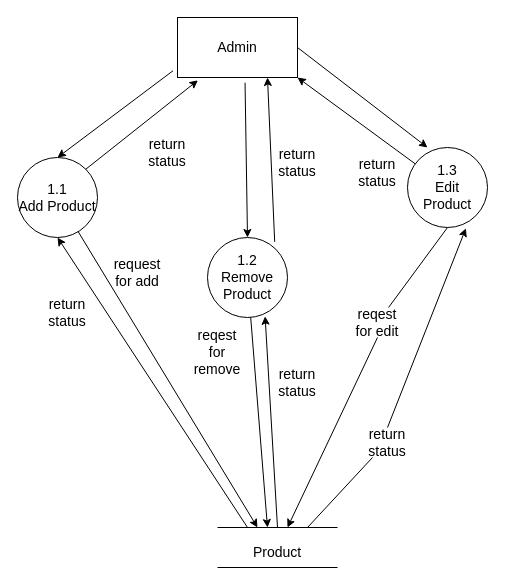
The draw.io diagram page "dfd guest" (4 of 5) of charts/dfd.drawio in AKrunal/document, before the edit. Source tidied: cells renumbered, new cells numbered last; positions are measured from the earlier drawing's top-left corner, leaving out a move shared by most shapes. Both pictures are drawn from the tidied source at 100%, with x=0, y=0 at pixel (17, 17).
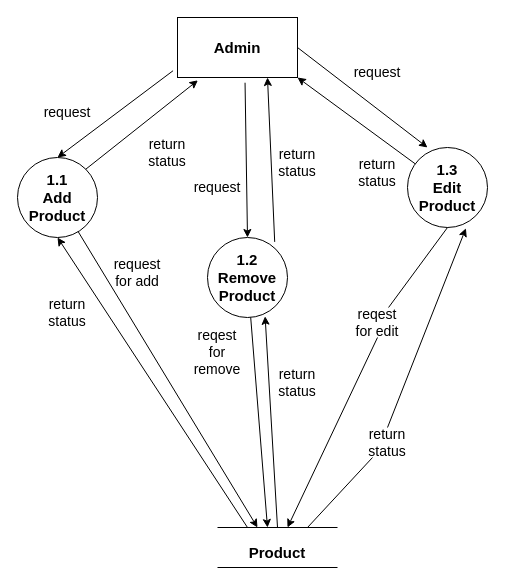
Above is the later version.

What changed in the source:
```diff
@@
-    <mxCell id="2" value="Admin" style="rounded=0;whiteSpace=wrap;html=1;fontSize=14;" parent="1" vertex="1">
+    <mxCell id="2" value="Admin" style="rounded=0;whiteSpace=wrap;html=1;fontSize=15;fontStyle=1;" parent="1" vertex="1">
       <mxGeometry x="160" width="120" height="60" as="geometry" />
     </mxCell>
-    <mxCell id="3" value="1.1&lt;br&gt;Add Product" style="ellipse;whiteSpace=wrap;html=1;fontSize=14;" parent="1" vertex="1">
+    <mxCell id="3" value="1.1&lt;br style=&quot;font-size: 15px;&quot;&gt;Add Product" style="ellipse;whiteSpace=wrap;html=1;fontSize=15;fontStyle=1;" parent="1" vertex="1">
       <mxGeometry y="140" width="80" height="80" as="geometry" />
     </mxCell>
-    <mxCell id="4" value="1.2&lt;br&gt;Remove Product" style="ellipse;whiteSpace=wrap;html=1;fontSize=14;" parent="1" vertex="1">
+    <mxCell id="4" value="1.2&lt;br style=&quot;font-size: 15px;&quot;&gt;Remove Product" style="ellipse;whiteSpace=wrap;html=1;fontSize=15;fontStyle=1;" parent="1" vertex="1">
       <mxGeometry x="190" y="220" width="80" height="80" as="geometry" />
     </mxCell>
-    <mxCell id="5" value="1.3&lt;br&gt;Edit &lt;br&gt;Product&lt;br&gt;" style="ellipse;whiteSpace=wrap;html=1;fontSize=14;" parent="1" vertex="1">
+    <mxCell id="5" value="1.3&lt;br style=&quot;font-size: 15px;&quot;&gt;Edit &lt;br style=&quot;font-size: 15px;&quot;&gt;Product&lt;br style=&quot;font-size: 15px;&quot;&gt;" style="ellipse;whiteSpace=wrap;html=1;fontSize=15;fontStyle=1;" parent="1" vertex="1">
       <mxGeometry x="390" y="130" width="80" height="80" as="geometry" />
     </mxCell>
@@
-    <mxCell id="11" value="Product" style="text;html=1;strokeColor=none;fillColor=none;align=center;verticalAlign=middle;whiteSpace=wrap;rounded=0;fontSize=14;" parent="1" vertex="1">
+    <mxCell id="11" value="Product" style="text;html=1;strokeColor=none;fillColor=none;align=center;verticalAlign=middle;whiteSpace=wrap;rounded=0;fontSize=15;fontStyle=1;" parent="1" vertex="1">
       <mxGeometry x="230" y="520" width="60" height="30" as="geometry" />
     </mxCell>
@@
+    <mxCell id="32" value="request" style="text;html=1;strokeColor=none;fillColor=none;align=center;verticalAlign=middle;whiteSpace=wrap;rounded=0;fontSize=14;" parent="1" vertex="1">
+      <mxGeometry x="20" y="80" width="60" height="30" as="geometry" />
+    </mxCell>
+    <mxCell id="33" value="request" style="text;html=1;strokeColor=none;fillColor=none;align=center;verticalAlign=middle;whiteSpace=wrap;rounded=0;fontSize=14;" parent="1" vertex="1">
+      <mxGeometry x="170" y="155" width="60" height="30" as="geometry" />
+    </mxCell>
+    <mxCell id="34" value="request" style="text;html=1;strokeColor=none;fillColor=none;align=center;verticalAlign=middle;whiteSpace=wrap;rounded=0;fontSize=14;" parent="1" vertex="1">
+      <mxGeometry x="330" y="40" width="60" height="30" as="geometry" />
+    </mxCell>
```
